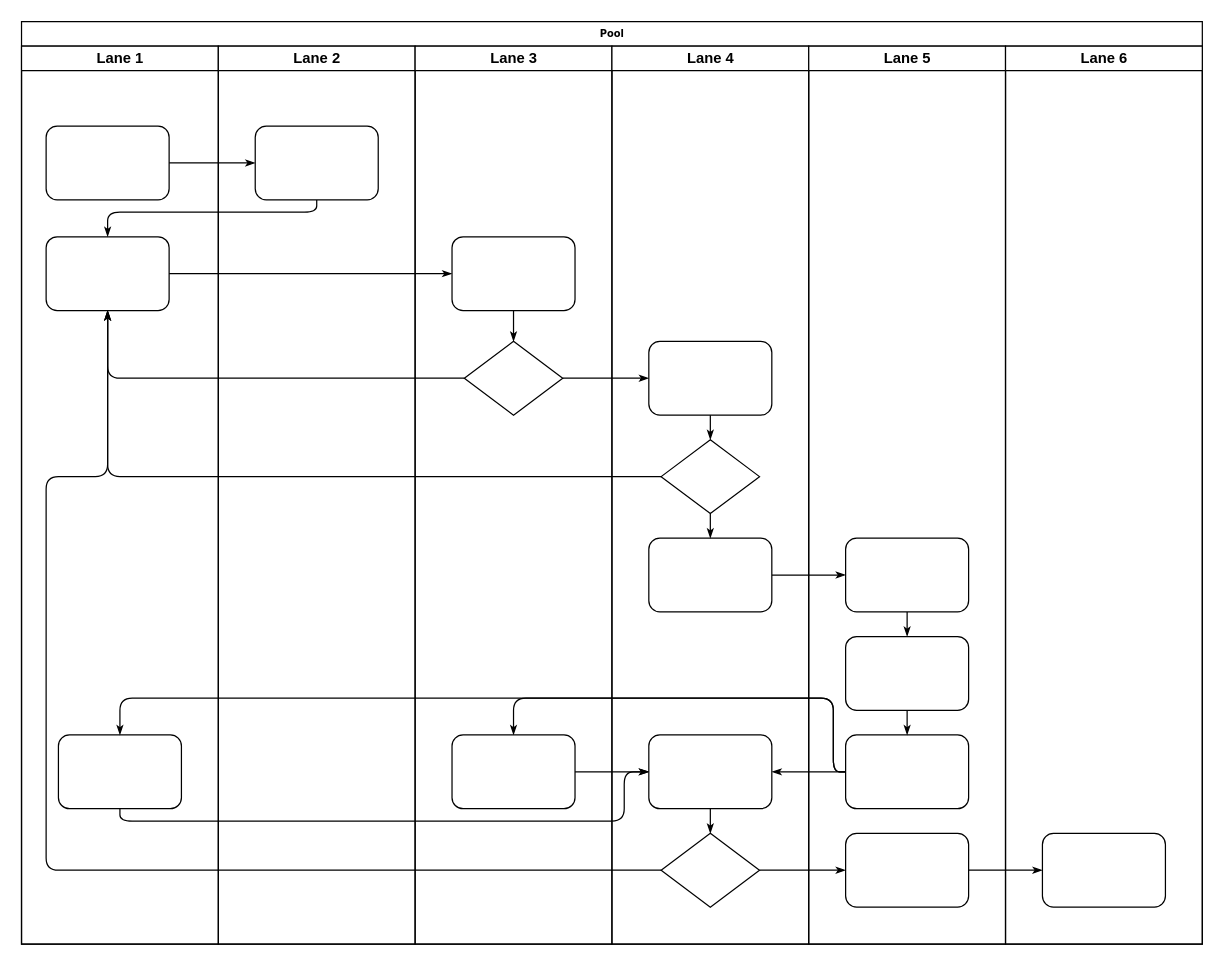
Before: Untitled Diagram.drawio in atlarge-research/continuum, a draw.io diagram. Source tidied: cells renumbered, new cells numbered last; positions are measured from the earlier drawing's top-left corner, leaving out a move shared by most shapes. Both pictures are drawn from the tidied source at 123%, with x=0, y=0 at pixel (21, 21).
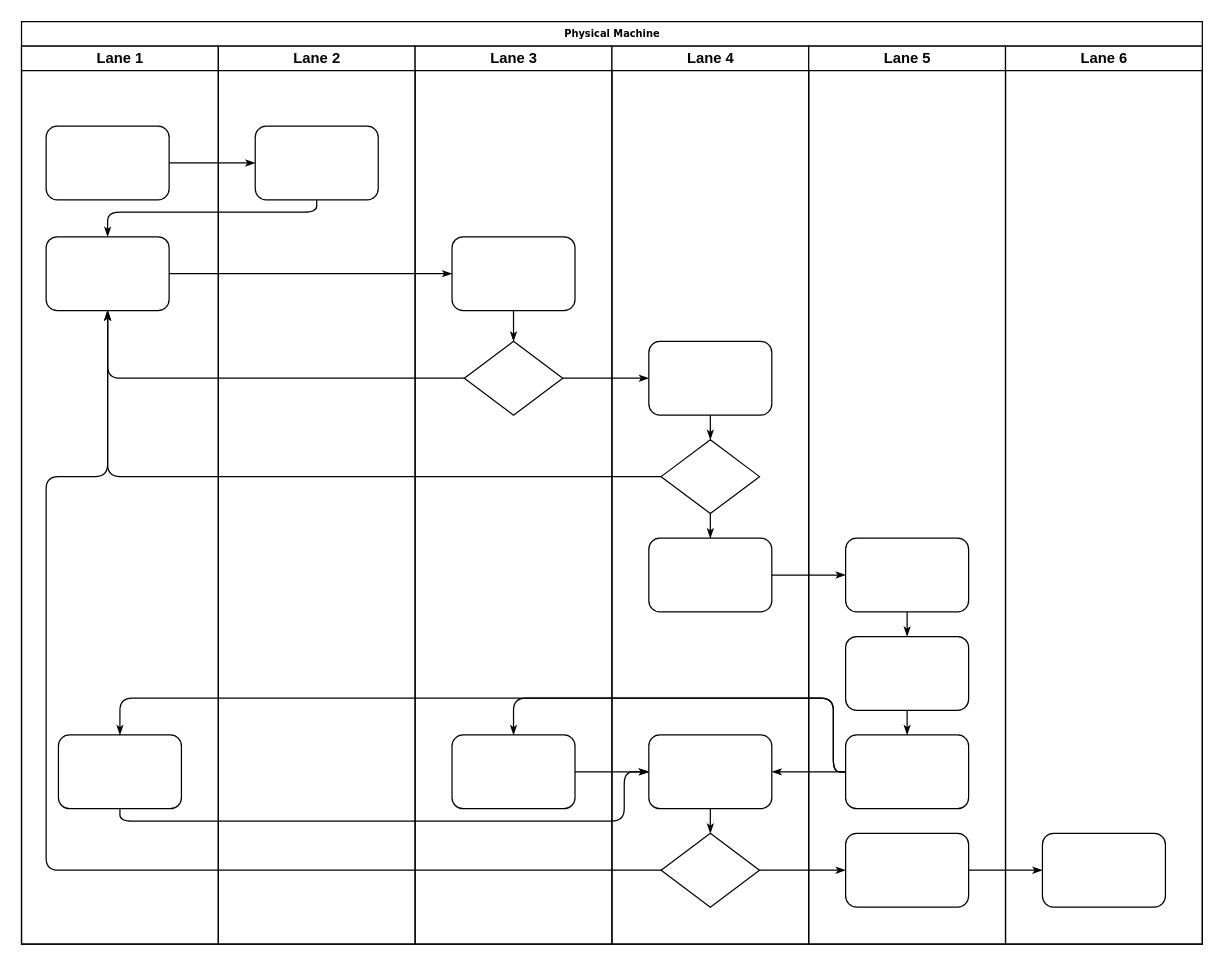
The same diagram, later.

The edit, as a diff of the source:
```diff
@@
-    <mxCell id="2" value="Pool" style="swimlane;html=1;startSize=20;rounded=0;shadow=0;labelBackgroundColor=none;strokeWidth=1;fontFamily=Verdana;fontSize=8;align=center;" parent="1" vertex="1">
+    <mxCell id="2" value="Physical Machine" style="swimlane;html=1;startSize=20;rounded=0;shadow=0;labelBackgroundColor=none;strokeWidth=1;fontFamily=Verdana;fontSize=8;align=center;" parent="1" vertex="1">
       <mxGeometry width="960" height="750" as="geometry" />
     </mxCell>
```
